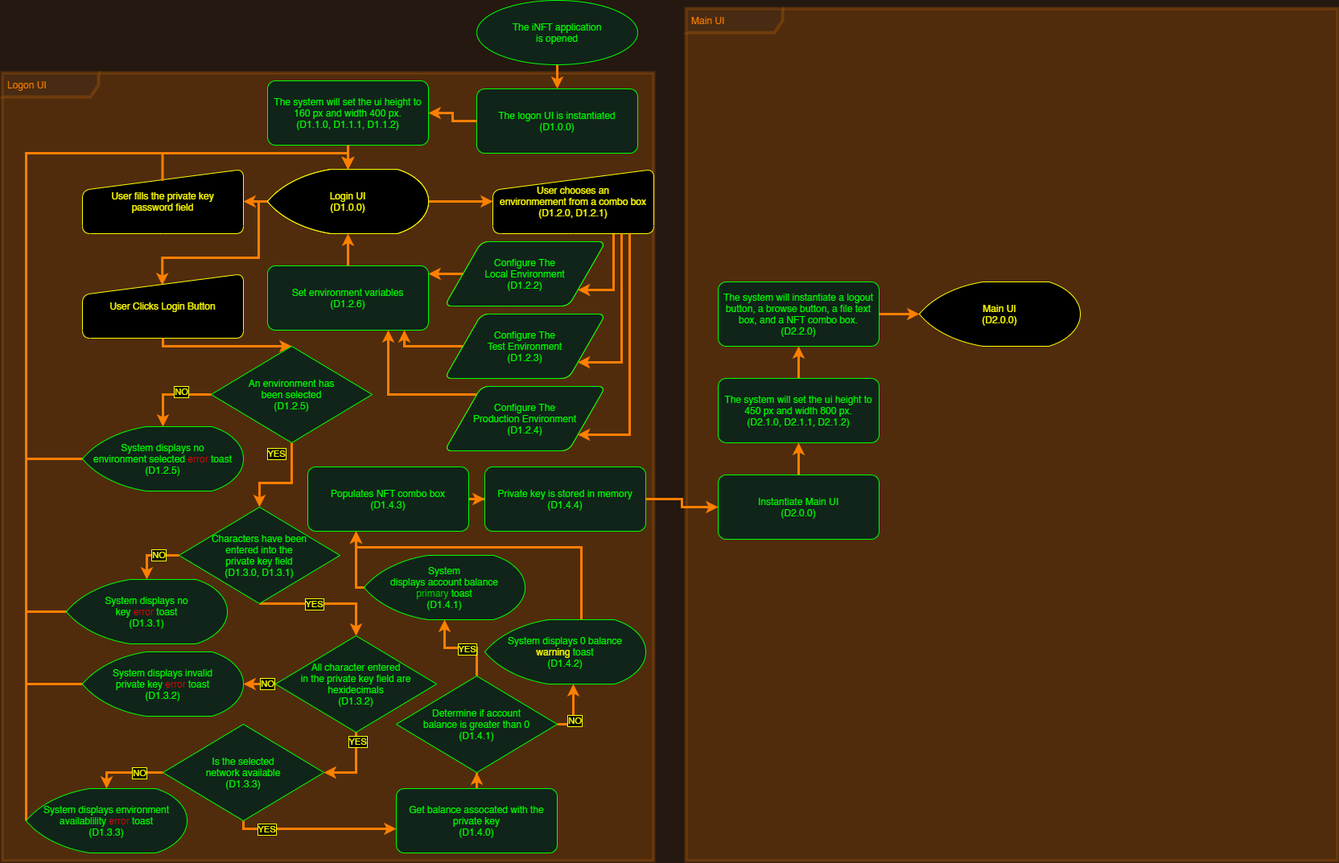
This is Deliverable #2/2. Design Documentation/iNFT.WPF.Flow Diagram.drawio.png from JasonWHowse/INFT-Documentation, a draw.io export, as it was before one commit. Source tidied: cells renumbered, new cells last; positions are measured from the earlier drawing's top-left corner, leaving out a move shared by most shapes.
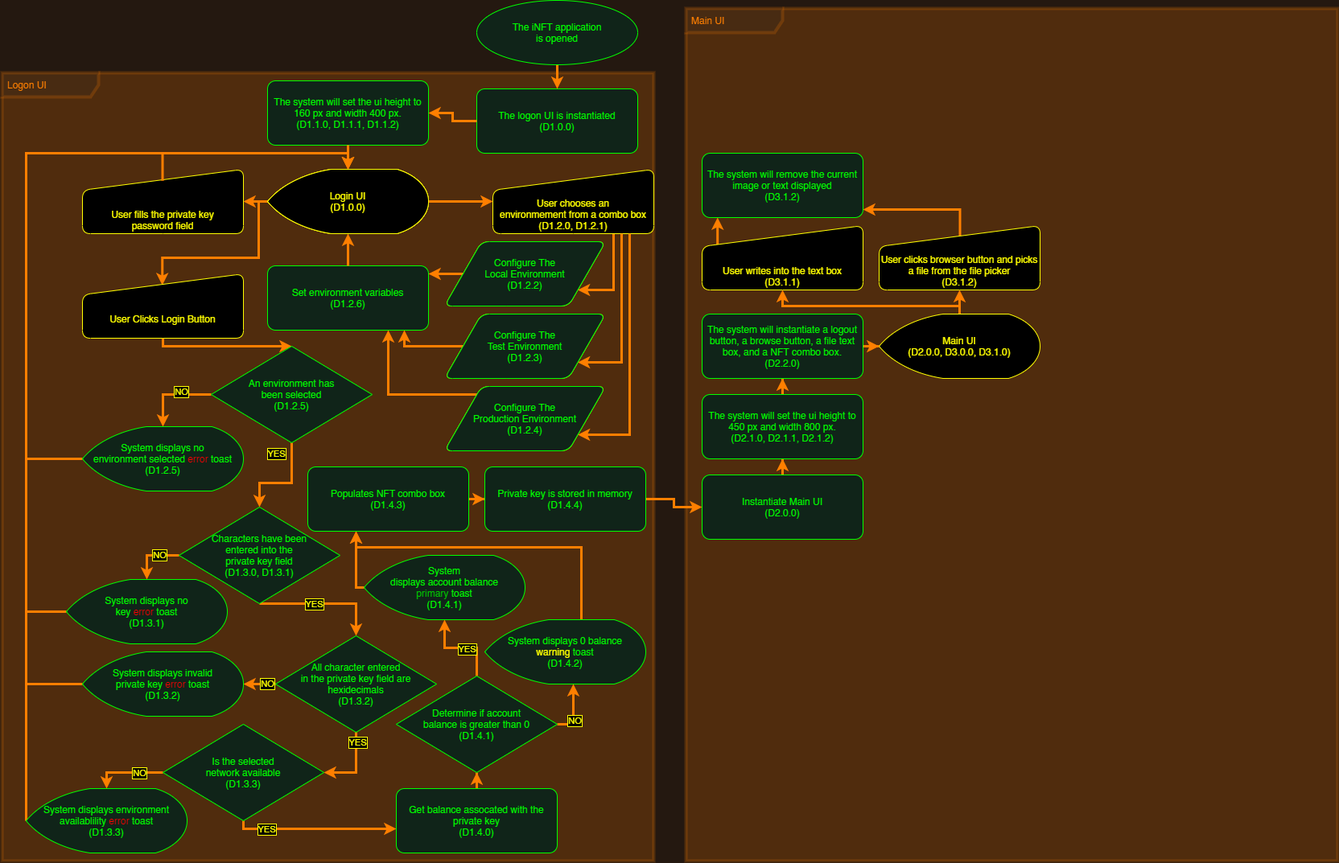
After the commit.

The edit, as a diff of the source:
```diff
@@ -8,7 +8,7 @@
     <mxCell id="3" value="&lt;font&gt;Set environment variables&lt;br&gt;(D1.2.6)&lt;br&gt;&lt;/font&gt;" style="rounded=1;whiteSpace=wrap;html=1;absoluteArcSize=1;strokeWidth=1;fontColor=#00FF00;fillColor=#102419;shadow=0;strokeColor=#00FF00;glass=0;" parent="1" vertex="1">
       <mxGeometry x="330" y="330" width="200" height="80" as="geometry" />
     </mxCell>
-    <mxCell id="4" value="User fills the private key&lt;br&gt;password field" style="html=1;strokeWidth=1;shape=manualInput;whiteSpace=wrap;rounded=1;size=26;fontColor=#FFFF00;fillColor=#000000;shadow=0;strokeColor=#FFFF00;glass=0;" parent="1" vertex="1">
+    <mxCell id="4" value="User fills the private key&lt;br&gt;password field" style="html=1;strokeWidth=1;shape=manualInput;whiteSpace=wrap;rounded=1;size=26;fontColor=#FFFF00;fillColor=#000000;shadow=0;strokeColor=#FFFF00;glass=0;verticalAlign=bottom;" parent="1" vertex="1">
       <mxGeometry x="100" y="210" width="200" height="80" as="geometry" />
     </mxCell>
     <mxCell id="5" value="Login UI&lt;br&gt;(D1.0.0)" style="strokeWidth=1;html=1;shape=mxgraph.flowchart.display;whiteSpace=wrap;fontColor=#FFFF00;fillColor=#000000;rounded=1;shadow=0;strokeColor=#FFFF00;glass=0;" parent="1" vertex="1">
@@ -43,7 +43,7 @@
         </Array>
       </mxGeometry>
     </mxCell>
-    <mxCell id="13" value="User chooses an&lt;br&gt;environmement from a combo box&lt;br&gt;(D1.2.0, D1.2.1)" style="html=1;strokeWidth=1;shape=manualInput;whiteSpace=wrap;rounded=1;size=26;fontColor=#FFFF00;fillColor=#000000;shadow=0;strokeColor=#FFFF00;glass=0;" parent="1" vertex="1">
+    <mxCell id="13" value="User chooses an&lt;br&gt;environmement from a combo box&lt;br&gt;(D1.2.0, D1.2.1)" style="html=1;strokeWidth=1;shape=manualInput;whiteSpace=wrap;rounded=1;size=26;fontColor=#FFFF00;fillColor=#000000;shadow=0;strokeColor=#FFFF00;glass=0;verticalAlign=bottom;" parent="1" vertex="1">
       <mxGeometry x="610" y="210" width="200" height="80" as="geometry" />
     </mxCell>
     <mxCell id="14" style="edgeStyle=orthogonalEdgeStyle;rounded=0;jettySize=auto;html=1;fontColor=#FF7F00;strokeColor=#FF7F00;strokeWidth=3;exitX=1;exitY=0.5;exitDx=0;exitDy=0;exitPerimeter=0;" parent="1" edge="1" source="17" target="13">
@@ -124,7 +124,7 @@
         </Array>
       </mxGeometry>
     </mxCell>
-    <mxCell id="28" value="User Clicks Login Button" style="html=1;strokeWidth=1;shape=manualInput;whiteSpace=wrap;rounded=1;size=26;fontColor=#FFFF00;fillColor=#000000;shadow=0;strokeColor=#FFFF00;glass=0;" parent="1" vertex="1">
+    <mxCell id="28" value="User Clicks Login Button&lt;br&gt;&amp;nbsp;" style="html=1;strokeWidth=1;shape=manualInput;whiteSpace=wrap;rounded=1;size=26;fontColor=#FFFF00;fillColor=#000000;shadow=0;strokeColor=#FFFF00;glass=0;verticalAlign=bottom;" parent="1" vertex="1">
       <mxGeometry x="100" y="340" width="200" height="80" as="geometry" />
     </mxCell>
     <mxCell id="29" style="edgeStyle=orthogonalEdgeStyle;rounded=0;jettySize=auto;html=1;fontColor=#FFFF00;strokeColor=#FF7F00;strokeWidth=3;entryX=0.5;entryY=0;entryDx=0;entryDy=0;entryPerimeter=0;" parent="1" edge="1" source="34" target="39">
@@ -353,26 +353,61 @@
     <mxCell id="77" value="&lt;font color=&quot;#ff7f00&quot;&gt;Main UI&lt;/font&gt;" style="shape=umlFrame;whiteSpace=wrap;html=1;width=120;height=30;boundedLbl=1;verticalAlign=middle;align=left;spacingLeft=5;swimlaneFillColor=#FF7F00;strokeColor=#FF7F00;strokeWidth=4;opacity=20;" parent="1" vertex="1">
       <mxGeometry x="850" y="10" width="810" height="1060" as="geometry" />
     </mxCell>
+    <mxCell id="85" style="edgeStyle=orthogonalEdgeStyle;rounded=0;jettySize=auto;html=1;fontColor=#FF7F00;strokeColor=#FF7F00;strokeWidth=3;" parent="1" edge="1" source="78" target="88">
+      <mxGeometry relative="1" as="geometry">
+        <Array as="points">
+          <mxPoint x="1190" y="380" />
+          <mxPoint x="970" y="380" />
+        </Array>
+      </mxGeometry>
+    </mxCell>
+    <mxCell id="86" style="edgeStyle=orthogonalEdgeStyle;rounded=0;jettySize=auto;html=1;fontColor=#FF7F00;strokeColor=#FF7F00;strokeWidth=3;" parent="1" edge="1" source="78" target="90">
+      <mxGeometry relative="1" as="geometry" />
+    </mxCell>
-    <mxCell id="78" value="Main UI&lt;br&gt;(D2.0.0)" style="strokeWidth=1;html=1;shape=mxgraph.flowchart.display;whiteSpace=wrap;fontColor=#FFFF00;fillColor=#000000;rounded=1;shadow=0;strokeColor=#FFFF00;glass=0;" parent="1" vertex="1">
-      <mxGeometry x="1140" y="350" width="200" height="80" as="geometry" />
+    <mxCell id="78" value="Main UI&lt;br&gt;(D2.0.0, D3.0.0, D3.1.0)" style="strokeWidth=1;html=1;shape=mxgraph.flowchart.display;whiteSpace=wrap;fontColor=#FFFF00;fillColor=#000000;rounded=1;shadow=0;strokeColor=#FFFF00;glass=0;" parent="1" vertex="1">
+      <mxGeometry x="1090" y="390" width="200" height="80" as="geometry" />
     </mxCell>
     <mxCell id="79" style="edgeStyle=orthogonalEdgeStyle;rounded=0;jettySize=auto;html=1;fontColor=#FF7F00;strokeColor=#FF7F00;strokeWidth=3;" parent="1" edge="1" source="80" target="82">
       <mxGeometry relative="1" as="geometry" />
     </mxCell>
     <mxCell id="80" value="&lt;font&gt;Instantiate Main UI&lt;br&gt;(D2.0.0)&lt;br&gt;&lt;/font&gt;" style="rounded=1;whiteSpace=wrap;html=1;absoluteArcSize=1;strokeWidth=1;fontColor=#00FF00;fillColor=#102419;shadow=0;strokeColor=#00FF00;glass=0;" parent="1" vertex="1">
-      <mxGeometry x="890" y="590" width="200" height="80" as="geometry" />
+      <mxGeometry x="870" y="590" width="200" height="80" as="geometry" />
     </mxCell>
     <mxCell id="81" style="edgeStyle=orthogonalEdgeStyle;rounded=0;jettySize=auto;html=1;fontColor=#FF7F00;strokeColor=#FF7F00;strokeWidth=3;" parent="1" edge="1" source="82" target="84">
       <mxGeometry relative="1" as="geometry" />
     </mxCell>
     <mxCell id="82" value="&lt;font&gt;The system will set the ui height to 450 px and width 800 px.&lt;br&gt;(D2.1.0, D2.1.1, D2.1.2)&lt;br&gt;&lt;/font&gt;" style="rounded=1;whiteSpace=wrap;html=1;absoluteArcSize=1;strokeWidth=1;fontColor=#00FF00;fillColor=#102419;shadow=0;strokeColor=#00FF00;glass=0;" parent="1" vertex="1">
-      <mxGeometry x="890" y="470" width="200" height="80" as="geometry" />
+      <mxGeometry x="870" y="490" width="200" height="80" as="geometry" />
     </mxCell>
     <mxCell id="83" style="edgeStyle=orthogonalEdgeStyle;rounded=0;jettySize=auto;html=1;fontColor=#FF7F00;strokeColor=#FF7F00;strokeWidth=3;" parent="1" edge="1" source="84" target="78">
       <mxGeometry relative="1" as="geometry" />
     </mxCell>
     <mxCell id="84" value="&lt;font&gt;The system will instantiate a logout button, a browse button, a file text box, and a NFT combo box.&lt;br&gt;(D2.2.0)&lt;br&gt;&lt;/font&gt;" style="rounded=1;whiteSpace=wrap;html=1;absoluteArcSize=1;strokeWidth=1;fontColor=#00FF00;fillColor=#102419;shadow=0;strokeColor=#00FF00;glass=0;" parent="1" vertex="1">
-      <mxGeometry x="890" y="350" width="200" height="80" as="geometry" />
+      <mxGeometry x="870" y="390" width="200" height="80" as="geometry" />
     </mxCell>
+    <mxCell id="87" style="edgeStyle=orthogonalEdgeStyle;rounded=0;jettySize=auto;html=1;fontColor=#FF7F00;strokeColor=#FF7F00;strokeWidth=3;exitX=0.096;exitY=0.295;exitDx=0;exitDy=0;exitPerimeter=0;" parent="1" edge="1" source="88" target="91">
+      <mxGeometry relative="1" as="geometry">
+        <Array as="points">
+          <mxPoint x="889" y="260" />
+          <mxPoint x="890" y="260" />
+        </Array>
+      </mxGeometry>
+    </mxCell>
+    <mxCell id="88" value="User writes into the text box&lt;br&gt;(D3.1.1)" style="html=1;strokeWidth=1;shape=manualInput;whiteSpace=wrap;rounded=1;size=26;fontColor=#FFFF00;fillColor=#000000;shadow=0;strokeColor=#FFFF00;glass=0;verticalAlign=bottom;" parent="1" vertex="1">
+      <mxGeometry x="870" y="280" width="200" height="80" as="geometry" />
+    </mxCell>
+    <mxCell id="89" style="edgeStyle=orthogonalEdgeStyle;rounded=0;jettySize=auto;html=1;fontColor=#FF7F00;strokeColor=#FF7F00;strokeWidth=3;exitX=0.502;exitY=0.165;exitDx=0;exitDy=0;exitPerimeter=0;" parent="1" edge="1" source="90" target="91">
+      <mxGeometry relative="1" as="geometry">
+        <Array as="points">
+          <mxPoint x="1190" y="260" />
+        </Array>
+      </mxGeometry>
+    </mxCell>
+    <mxCell id="90" value="User clicks browser button and picks a file from the file picker&lt;br&gt;(D3.1.2)" style="html=1;strokeWidth=1;shape=manualInput;whiteSpace=wrap;rounded=1;size=26;fontColor=#FFFF00;fillColor=#000000;shadow=0;strokeColor=#FFFF00;glass=0;labelPosition=center;verticalLabelPosition=middle;align=center;verticalAlign=bottom;" parent="1" vertex="1">
+      <mxGeometry x="1090" y="280" width="200" height="80" as="geometry" />
+    </mxCell>
+    <mxCell id="91" value="&lt;font&gt;The system will remove the current image or text displayed&lt;br&gt;(D3.1.2)&lt;br&gt;&lt;/font&gt;" style="rounded=1;whiteSpace=wrap;html=1;absoluteArcSize=1;strokeWidth=1;fontColor=#00FF00;fillColor=#102419;shadow=0;strokeColor=#00FF00;glass=0;" parent="1" vertex="1">
+      <mxGeometry x="870" y="190" width="200" height="80" as="geometry" />
+    </mxCell>
   </root>
 </mxGraphModel>
```
